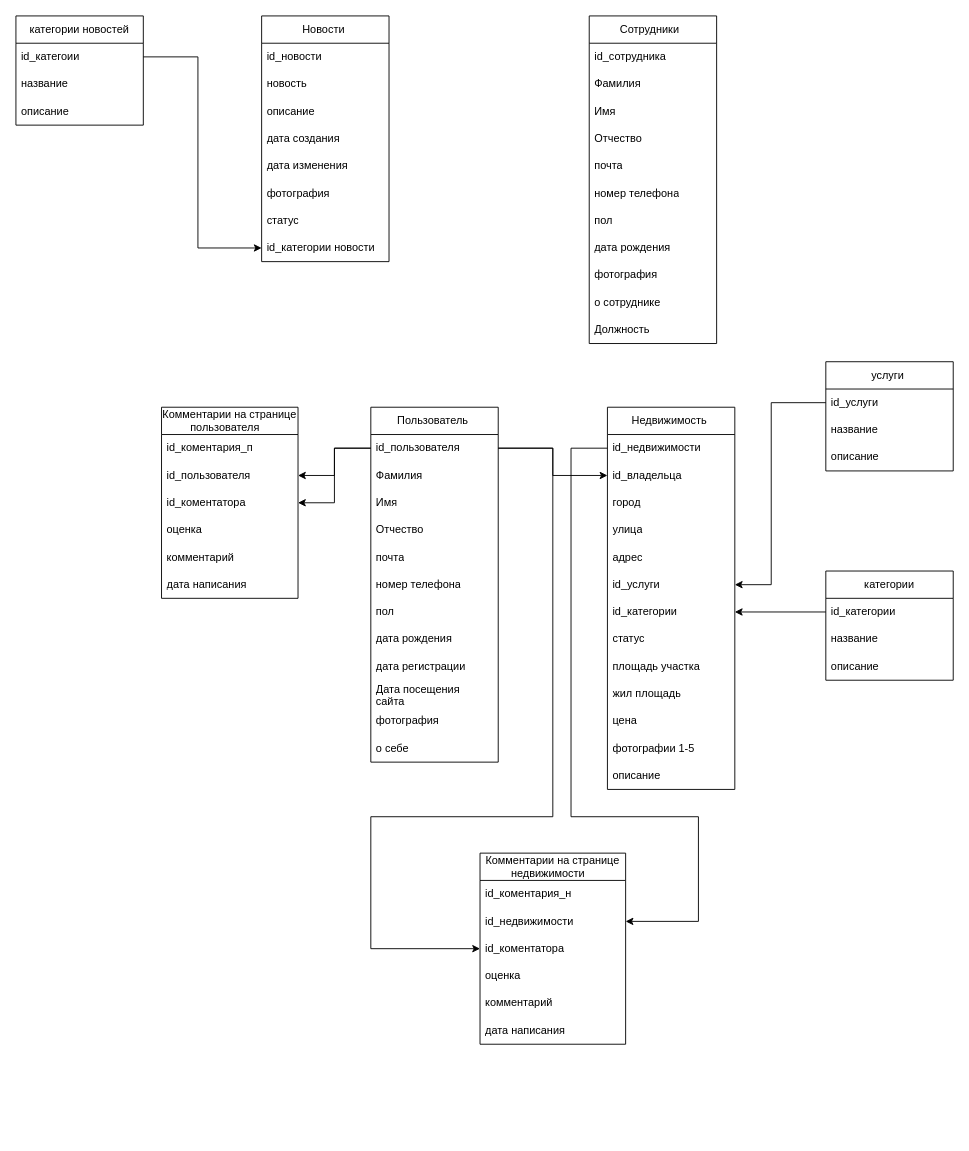
The draw.io diagram Диаграмма без названия.drawio in alexkhub/website, before the edit. Source tidied: cells renumbered, new cells numbered last; positions are measured from the earlier drawing's top-left corner, leaving out a move shared by most shapes. Both pictures are drawn from the tidied source at 91%, with x=0, y=0 at pixel (15, 15).
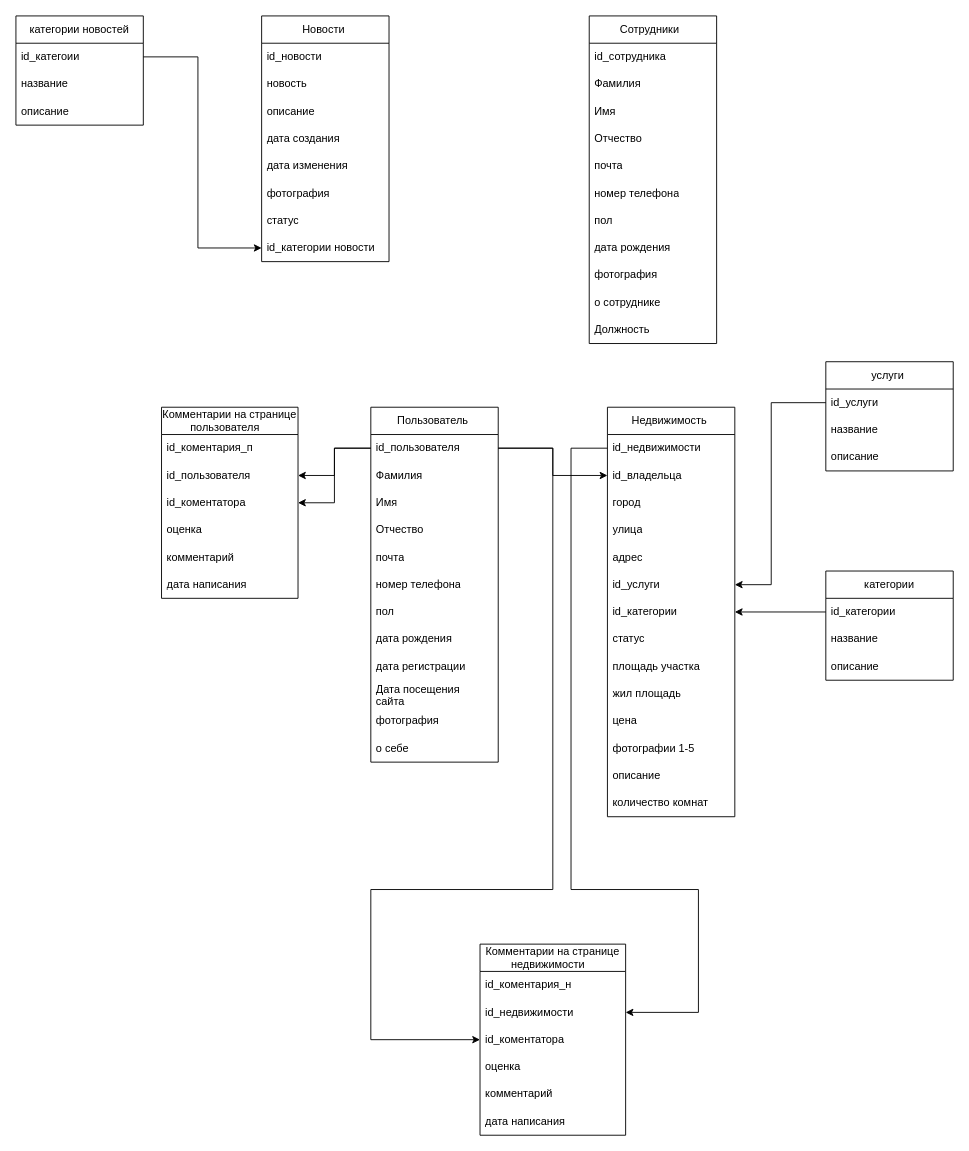
Above is the later version.

The change refers to these unchanged cells:
```xml
<mxCell id="3" value="id_недвижимости&amp;nbsp;" style="text;strokeColor=none;fillColor=none;align=left;verticalAlign=middle;spacingLeft=4;spacingRight=4;overflow=hidden;points=[[0,0.5],[1,0.5]];portConstraint=eastwest;whiteSpace=wrap;html=1;" parent="2" vertex="1">
  <mxGeometry y="30" width="140" height="30" as="geometry" />
</mxCell>
<mxCell id="27" value="id_пользователя" style="text;strokeColor=none;fillColor=none;align=left;verticalAlign=middle;spacingLeft=4;spacingRight=4;overflow=hidden;points=[[0,0.5],[1,0.5]];portConstraint=eastwest;whiteSpace=wrap;html=1;" parent="26" vertex="1">
  <mxGeometry y="30" width="140" height="30" as="geometry" />
</mxCell>
<mxCell id="51" value="id_недвижимости" style="text;strokeColor=none;fillColor=none;align=left;verticalAlign=middle;spacingLeft=4;spacingRight=4;overflow=hidden;points=[[0,0.5],[1,0.5]];portConstraint=eastwest;whiteSpace=wrap;html=1;" parent="49" vertex="1">
  <mxGeometry y="60" width="160" height="30" as="geometry" />
</mxCell>
<mxCell id="52" value="id_коментатора&amp;nbsp;" style="text;strokeColor=none;fillColor=none;align=left;verticalAlign=middle;spacingLeft=4;spacingRight=4;overflow=hidden;points=[[0,0.5],[1,0.5]];portConstraint=eastwest;whiteSpace=wrap;html=1;" parent="49" vertex="1">
  <mxGeometry y="90" width="160" height="30" as="geometry" />
</mxCell>
```

The edit, as a diff of the source:
```diff
@@
     <mxCell id="2" value="Недвижимость&amp;nbsp;" style="swimlane;fontStyle=0;horizontal=1;startSize=30;whiteSpace=wrap;html=1;" parent="1" vertex="1">
-      <mxGeometry x="650" y="430" width="140" height="420" as="geometry" />
+      <mxGeometry x="650" y="430" width="140" height="450" as="geometry" />
     </mxCell>
@@
+    <mxCell id="84" value="количество комнат&amp;nbsp;" style="text;strokeColor=none;fillColor=none;align=left;verticalAlign=middle;spacingLeft=4;spacingRight=4;overflow=hidden;whiteSpace=wrap;html=1;" parent="2" vertex="1">
+      <mxGeometry y="420" width="140" height="30" as="geometry" />
+    </mxCell>
@@
     <mxCell id="49" value="Комментарии на странице недвижимости&amp;nbsp; &amp;nbsp;" style="swimlane;fontStyle=0;horizontal=1;startSize=30;whiteSpace=wrap;html=1;" parent="1" vertex="1">
-      <mxGeometry x="510" y="920" width="160" height="210" as="geometry" />
+      <mxGeometry x="510" y="1020" width="160" height="210" as="geometry" />
     </mxCell>
@@
     <mxCell id="56" style="endArrow=classic;html=1;rounded=0;exitX=1;exitY=0.5;exitDx=0;exitDy=0;entryX=0;entryY=0.5;entryDx=0;entryDy=0;" parent="1" edge="1" source="27" target="52">
       <mxGeometry relative="1" as="geometry">
         <Array as="points">
           <mxPoint x="590" y="475" />
-          <mxPoint x="590" y="880" />
-          <mxPoint x="390" y="880" />
-          <mxPoint x="390" y="1025" />
+          <mxPoint x="590" y="960" />
+          <mxPoint x="390" y="960" />
+          <mxPoint x="390" y="1125" />
         </Array>
       </mxGeometry>
     </mxCell>
     <mxCell id="57" style="endArrow=classic;html=1;rounded=0;exitX=0;exitY=0.5;exitDx=0;exitDy=0;entryX=1;entryY=0.5;entryDx=0;entryDy=0;" parent="1" edge="1" source="3" target="51">
       <mxGeometry relative="1" as="geometry">
         <Array as="points">
           <mxPoint x="610" y="475" />
-          <mxPoint x="610" y="880" />
-          <mxPoint x="750" y="880" />
-          <mxPoint x="750" y="995" />
+          <mxPoint x="610" y="960" />
+          <mxPoint x="750" y="960" />
+          <mxPoint x="750" y="1095" />
         </Array>
       </mxGeometry>
     </mxCell>
```
